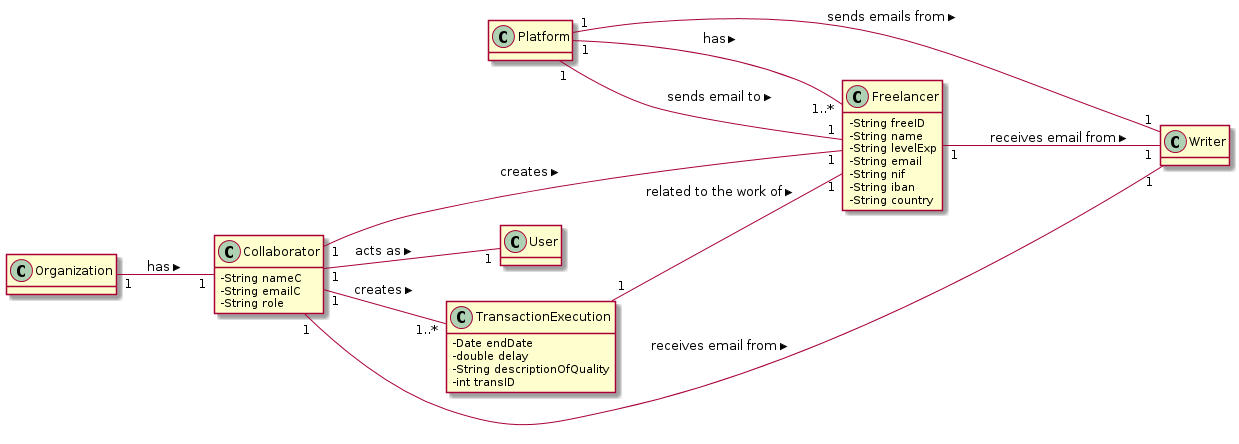
The PlantUML diagram docs/UC10 - SendEmailsAboutFreelancersPerformance/UC10_MD.png in 1190452/LAPR2, before a commit.
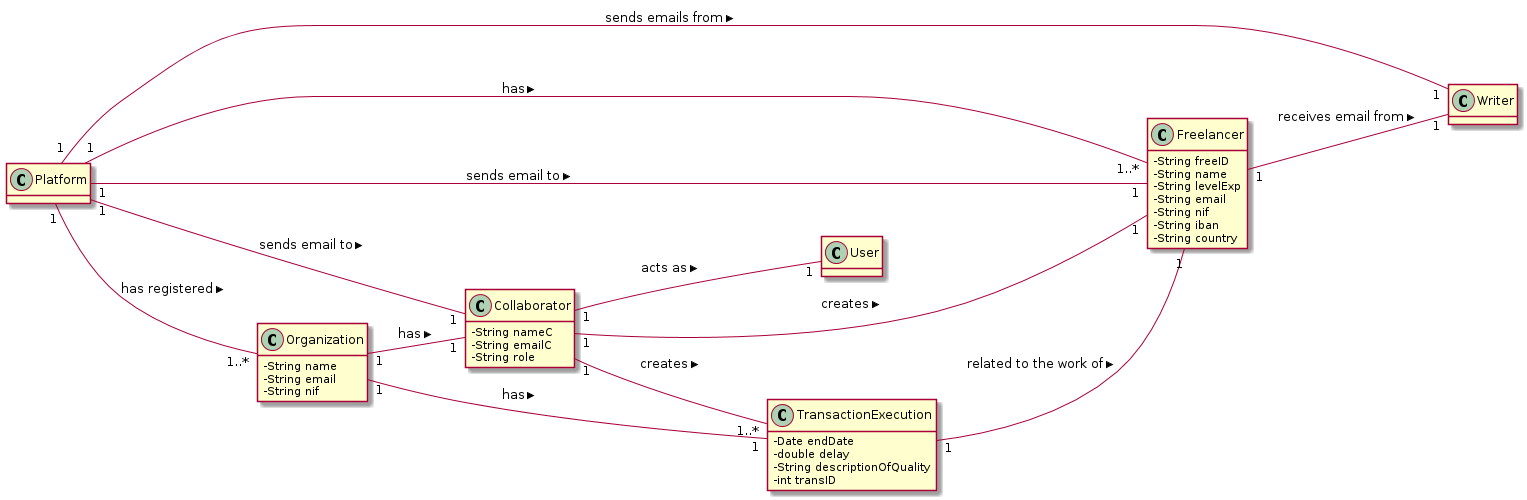
Above is the later version.

Diff of the diagram source:
```diff
@@ -15,7 +15,11 @@
   -String country
 }
 
-
+class Organization {
+  -String name
+  -String email
+  -String nif
+}
 
 class Collaborator{
   -String nameC
@@ -40,9 +44,6 @@
 
 
 
-
-
-
 class Writer{
   }
 
@@ -52,17 +53,18 @@
 
 
 
+Platform "1" -- "1..*" Organization: has registered >
 Platform "1" -- "1..*" Freelancer: has >
 Platform "1" -- "1" Freelancer: sends email to >
+Platform "1" -- "1" Collaborator: sends email to >
+
 Platform "1" -- "1" Writer : sends emails from >
 
 
 
+
 Organization "1" -- "1" Collaborator: has >
-
-
-
-
+Organization "1" -- "1" TransactionExecution: has >
 
 
 
@@ -82,8 +84,6 @@
 
 
 Collaborator "1" -- "1" Freelancer: creates >
-
 Collaborator "1" -- "1..*" TransactionExecution: creates >
 Collaborator "1" -- "1" User: acts as >
-Collaborator "1" -- "1" Writer: receives email from >
 @enduml
```
